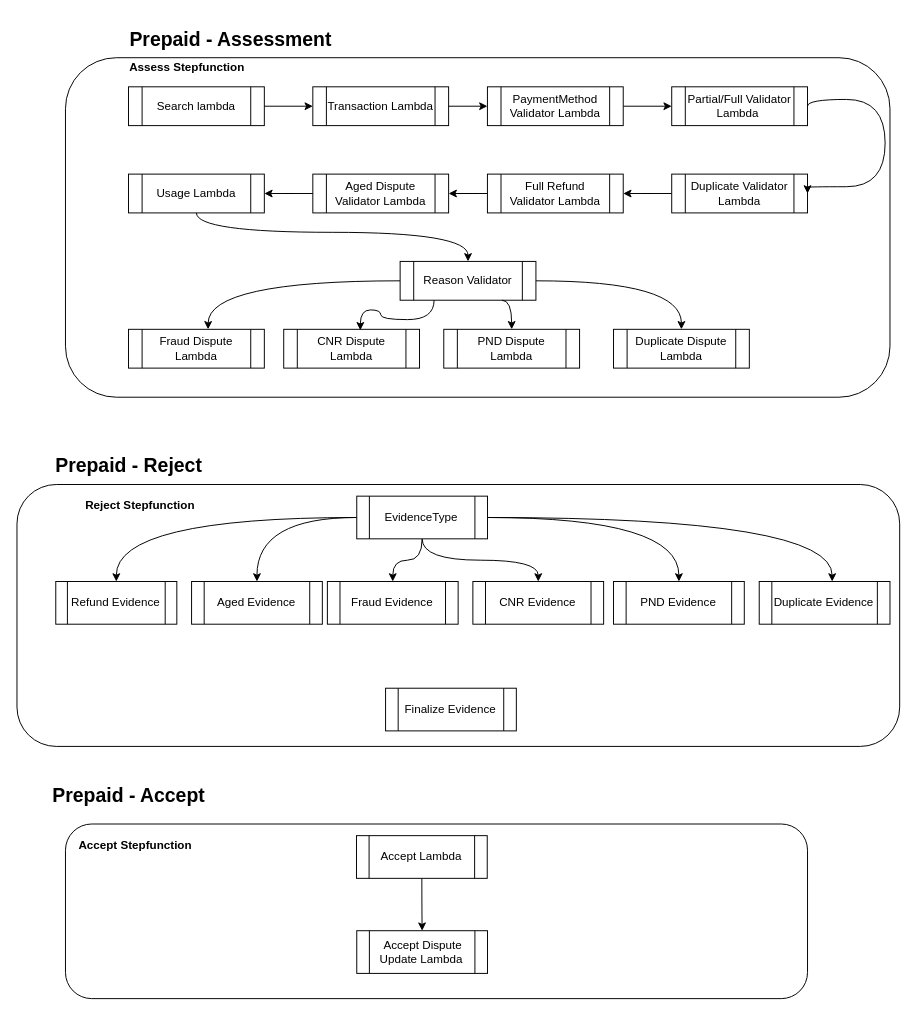
evasanthan/testRestApp keeps this draw.io diagram as Prepaid-Component Diagram.drawio. Above is the earlier version. Source tidied: cells renumbered, new cells numbered last; positions are measured from the earlier drawing's top-left corner, leaving out a move shared by most shapes. Both pictures are drawn from the tidied source at 97%, with x=0, y=0 at pixel (16, 28).
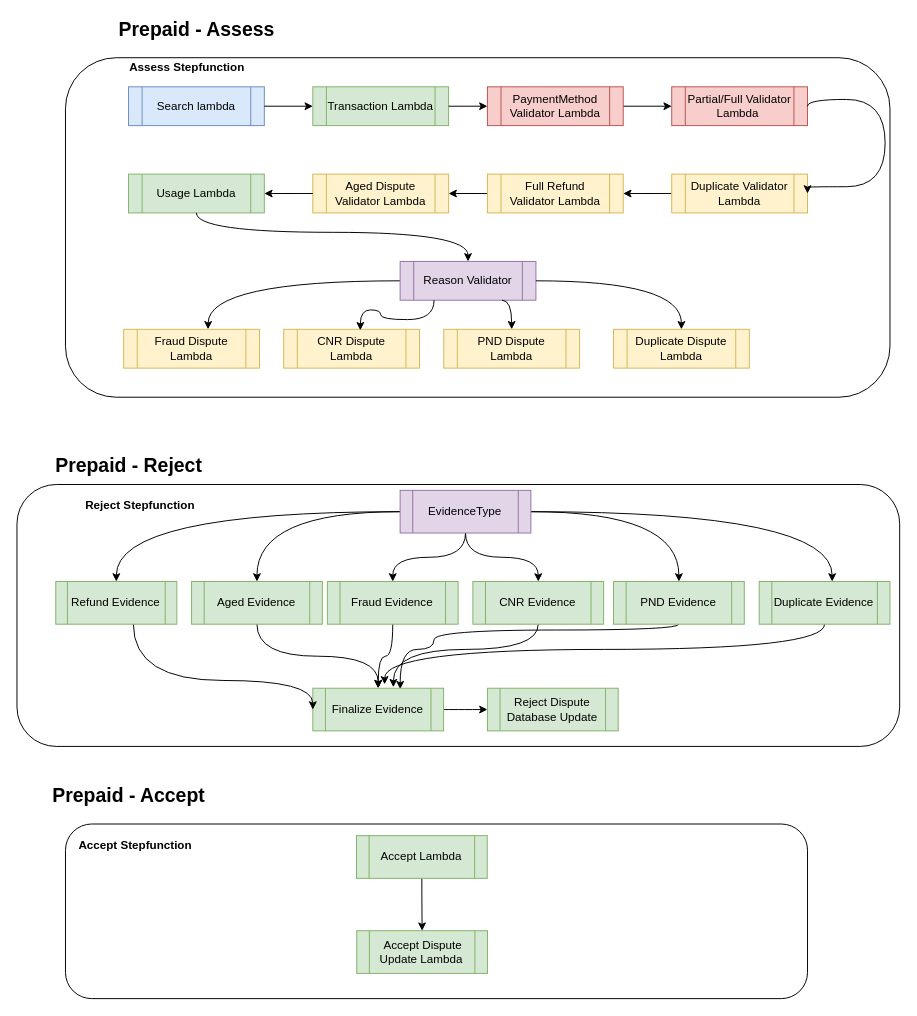
After the change.

Change to the diagram source:
```diff
@@
-    <mxCell id="3" value="&lt;b&gt;&lt;font style=&quot;font-size: 20px&quot;&gt;Prepaid - Assessment&lt;/font&gt;&lt;/b&gt;" style="text;html=1;align=center;verticalAlign=middle;" parent="1" vertex="1">
-      <mxGeometry x="110" width="220" height="20" as="geometry" />
+    <mxCell id="3" value="&lt;b&gt;&lt;font style=&quot;font-size: 20px&quot;&gt;Prepaid - Assess&lt;/font&gt;&lt;/b&gt;" style="text;html=1;align=center;verticalAlign=middle;" parent="1" vertex="1">
+      <mxGeometry x="95" y="-10" width="180" height="20" as="geometry" />
     </mxCell>
@@
-    <mxCell id="5" value="Search lambda" style="shape=process;whiteSpace=wrap;html=1;backgroundOutline=1;" parent="1" vertex="1">
+    <mxCell id="5" value="Search lambda" style="shape=process;whiteSpace=wrap;html=1;backgroundOutline=1;fillColor=#dae8fc;strokeColor=#6c8ebf;" parent="1" vertex="1">
       <mxGeometry x="115" y="60" width="140" height="40" as="geometry" />
     </mxCell>
-    <mxCell id="6" value="Aged Dispute Validator Lambda" style="shape=process;whiteSpace=wrap;html=1;backgroundOutline=1;" parent="1" vertex="1">
+    <mxCell id="6" value="Aged Dispute Validator Lambda" style="shape=process;whiteSpace=wrap;html=1;backgroundOutline=1;fillColor=#fff2cc;strokeColor=#d6b656;" parent="1" vertex="1">
       <mxGeometry x="305" y="150" width="140" height="40" as="geometry" />
     </mxCell>
-    <mxCell id="7" value="Partial/Full Validator Lambda&amp;nbsp;" style="shape=process;whiteSpace=wrap;html=1;backgroundOutline=1;" parent="1" vertex="1">
+    <mxCell id="7" value="Partial/Full Validator Lambda&amp;nbsp;" style="shape=process;whiteSpace=wrap;html=1;backgroundOutline=1;fillColor=#f8cecc;strokeColor=#b85450;" parent="1" vertex="1">
       <mxGeometry x="675" y="60" width="140" height="40" as="geometry" />
     </mxCell>
-    <mxCell id="8" value="Transaction Lambda" style="shape=process;whiteSpace=wrap;html=1;backgroundOutline=1;" parent="1" vertex="1">
+    <mxCell id="8" value="Transaction Lambda" style="shape=process;whiteSpace=wrap;html=1;backgroundOutline=1;fillColor=#d5e8d4;strokeColor=#82b366;" parent="1" vertex="1">
       <mxGeometry x="305" y="60" width="140" height="40" as="geometry" />
     </mxCell>
@@
-    <mxCell id="11" value="Full Refund Validator Lambda" style="shape=process;whiteSpace=wrap;html=1;backgroundOutline=1;" parent="1" vertex="1">
+    <mxCell id="11" value="Full Refund Validator Lambda" style="shape=process;whiteSpace=wrap;html=1;backgroundOutline=1;fillColor=#fff2cc;strokeColor=#d6b656;" parent="1" vertex="1">
       <mxGeometry x="485" y="150" width="140" height="40" as="geometry" />
     </mxCell>
@@
-    <mxCell id="13" value="PaymentMethod Validator Lambda" style="shape=process;whiteSpace=wrap;html=1;backgroundOutline=1;" parent="1" vertex="1">
+    <mxCell id="13" value="PaymentMethod Validator Lambda" style="shape=process;whiteSpace=wrap;html=1;backgroundOutline=1;fillColor=#f8cecc;strokeColor=#b85450;" parent="1" vertex="1">
       <mxGeometry x="485" y="60" width="140" height="40" as="geometry" />
     </mxCell>
@@
-    <mxCell id="16" value="Duplicate Validator Lambda" style="shape=process;whiteSpace=wrap;html=1;backgroundOutline=1;" parent="1" vertex="1">
+    <mxCell id="16" value="Duplicate Validator Lambda" style="shape=process;whiteSpace=wrap;html=1;backgroundOutline=1;fillColor=#fff2cc;strokeColor=#d6b656;" parent="1" vertex="1">
       <mxGeometry x="675" y="150" width="140" height="40" as="geometry" />
     </mxCell>
@@
-    <mxCell id="18" value="Usage Lambda" style="shape=process;whiteSpace=wrap;html=1;backgroundOutline=1;" parent="1" vertex="1">
+    <mxCell id="18" value="Usage Lambda" style="shape=process;whiteSpace=wrap;html=1;backgroundOutline=1;fillColor=#d5e8d4;strokeColor=#82b366;" parent="1" vertex="1">
       <mxGeometry x="115" y="150" width="140" height="40" as="geometry" />
     </mxCell>
@@
-    <mxCell id="21" value="Reason Validator" style="shape=process;whiteSpace=wrap;html=1;backgroundOutline=1;" parent="1" vertex="1">
+    <mxCell id="21" value="Reason Validator" style="shape=process;whiteSpace=wrap;html=1;backgroundOutline=1;fillColor=#e1d5e7;strokeColor=#9673a6;" parent="1" vertex="1">
       <mxGeometry x="395" y="240" width="140" height="40" as="geometry" />
     </mxCell>
@@
-    <mxCell id="23" value="CNR Dispute Lambda" style="shape=process;whiteSpace=wrap;html=1;backgroundOutline=1;" parent="1" vertex="1">
+    <mxCell id="23" value="CNR Dispute Lambda" style="shape=process;whiteSpace=wrap;html=1;backgroundOutline=1;fillColor=#fff2cc;strokeColor=#d6b656;" parent="1" vertex="1">
       <mxGeometry x="275" y="310" width="140" height="40" as="geometry" />
     </mxCell>
@@
-    <mxCell id="25" value="PND Dispute Lambda" style="shape=process;whiteSpace=wrap;html=1;backgroundOutline=1;" parent="1" vertex="1">
+    <mxCell id="25" value="PND Dispute Lambda" style="shape=process;whiteSpace=wrap;html=1;backgroundOutline=1;fillColor=#fff2cc;strokeColor=#d6b656;" parent="1" vertex="1">
       <mxGeometry x="440" y="310" width="140" height="40" as="geometry" />
     </mxCell>
@@
-    <mxCell id="27" value="Duplicate Dispute Lambda" style="shape=process;whiteSpace=wrap;html=1;backgroundOutline=1;" parent="1" vertex="1">
+    <mxCell id="27" value="Duplicate Dispute Lambda" style="shape=process;whiteSpace=wrap;html=1;backgroundOutline=1;fillColor=#fff2cc;strokeColor=#d6b656;" parent="1" vertex="1">
       <mxGeometry x="615" y="310" width="140" height="40" as="geometry" />
     </mxCell>
@@
-    <mxCell id="29" value="Fraud Dispute Lambda" style="shape=process;whiteSpace=wrap;html=1;backgroundOutline=1;" parent="1" vertex="1">
-      <mxGeometry x="115" y="310" width="140" height="40" as="geometry" />
+    <mxCell id="29" value="Fraud Dispute Lambda" style="shape=process;whiteSpace=wrap;html=1;backgroundOutline=1;fillColor=#fff2cc;strokeColor=#d6b656;" parent="1" vertex="1">
+      <mxGeometry x="110" y="310" width="140" height="40" as="geometry" />
     </mxCell>
@@
+    <mxCell id="53" style="edgeStyle=orthogonalEdgeStyle;curved=1;rounded=0;jettySize=auto;html=1;" parent="1" edge="1" source="33" target="37">
+      <mxGeometry relative="1" as="geometry" />
+    </mxCell>
-    <mxCell id="33" value="Fraud Evidence" style="shape=process;whiteSpace=wrap;html=1;backgroundOutline=1;gradientColor=#ffffff;" parent="1" vertex="1">
+    <mxCell id="33" value="Fraud Evidence" style="shape=process;whiteSpace=wrap;html=1;backgroundOutline=1;fillColor=#d5e8d4;strokeColor=#82b366;" parent="1" vertex="1">
       <mxGeometry x="320" y="570" width="134.8" height="44" as="geometry" />
     </mxCell>
+    <mxCell id="54" style="edgeStyle=orthogonalEdgeStyle;curved=1;rounded=0;jettySize=auto;html=1;entryX=0.616;entryY=-0.023;entryDx=0;entryDy=0;entryPerimeter=0;" parent="1" edge="1" source="34" target="37">
+      <mxGeometry relative="1" as="geometry">
+        <Array as="points">
+          <mxPoint x="537" y="640" />
+          <mxPoint x="388" y="640" />
+        </Array>
+      </mxGeometry>
+    </mxCell>
-    <mxCell id="34" value="CNR Evidence" style="shape=process;whiteSpace=wrap;html=1;backgroundOutline=1;gradientColor=#ffffff;" parent="1" vertex="1">
+    <mxCell id="34" value="CNR Evidence" style="shape=process;whiteSpace=wrap;html=1;backgroundOutline=1;fillColor=#d5e8d4;strokeColor=#82b366;" parent="1" vertex="1">
       <mxGeometry x="470" y="570" width="134.8" height="44" as="geometry" />
     </mxCell>
+    <mxCell id="55" style="edgeStyle=orthogonalEdgeStyle;curved=1;rounded=0;jettySize=auto;html=1;entryX=0.668;entryY=0.023;entryDx=0;entryDy=0;entryPerimeter=0;" parent="1" edge="1" source="35" target="37">
+      <mxGeometry relative="1" as="geometry">
+        <Array as="points">
+          <mxPoint x="682" y="620" />
+          <mxPoint x="430" y="620" />
+          <mxPoint x="430" y="640" />
+          <mxPoint x="395" y="640" />
+        </Array>
+      </mxGeometry>
+    </mxCell>
-    <mxCell id="35" value="PND Evidence" style="shape=process;whiteSpace=wrap;html=1;backgroundOutline=1;gradientColor=#ffffff;" parent="1" vertex="1">
+    <mxCell id="35" value="PND Evidence" style="shape=process;whiteSpace=wrap;html=1;backgroundOutline=1;fillColor=#d5e8d4;strokeColor=#82b366;" parent="1" vertex="1">
       <mxGeometry x="615" y="570" width="134.8" height="44" as="geometry" />
     </mxCell>
+    <mxCell id="56" style="edgeStyle=orthogonalEdgeStyle;curved=1;rounded=0;jettySize=auto;html=1;entryX=0.549;entryY=-0.091;entryDx=0;entryDy=0;entryPerimeter=0;" parent="1" edge="1" source="36" target="37">
+      <mxGeometry relative="1" as="geometry">
+        <Array as="points">
+          <mxPoint x="833" y="640" />
+          <mxPoint x="379" y="640" />
+        </Array>
+      </mxGeometry>
+    </mxCell>
-    <mxCell id="36" value="Duplicate Evidence" style="shape=process;whiteSpace=wrap;html=1;backgroundOutline=1;gradientColor=#ffffff;" parent="1" vertex="1">
+    <mxCell id="36" value="Duplicate Evidence" style="shape=process;whiteSpace=wrap;html=1;backgroundOutline=1;fillColor=#d5e8d4;strokeColor=#82b366;" parent="1" vertex="1">
       <mxGeometry x="765.2" y="570" width="134.8" height="44" as="geometry" />
     </mxCell>
+    <mxCell id="57" style="edgeStyle=orthogonalEdgeStyle;curved=1;rounded=0;jettySize=auto;html=1;" parent="1" edge="1" source="37" target="60">
+      <mxGeometry relative="1" as="geometry" />
+    </mxCell>
-    <mxCell id="37" value="Finalize Evidence" style="shape=process;whiteSpace=wrap;html=1;backgroundOutline=1;" parent="1" vertex="1">
-      <mxGeometry x="380" y="680" width="134.8" height="44" as="geometry" />
+    <mxCell id="37" value="Finalize Evidence" style="shape=process;whiteSpace=wrap;html=1;backgroundOutline=1;fillColor=#d5e8d4;strokeColor=#82b366;" parent="1" vertex="1">
+      <mxGeometry x="305" y="680" width="134.8" height="44" as="geometry" />
     </mxCell>
@@
-    <mxCell id="45" value="EvidenceType" style="shape=process;whiteSpace=wrap;html=1;backgroundOutline=1;" parent="1" vertex="1">
-      <mxGeometry x="350.3" y="482" width="134.8" height="44" as="geometry" />
+    <mxCell id="45" value="EvidenceType" style="shape=process;whiteSpace=wrap;html=1;backgroundOutline=1;fillColor=#e1d5e7;strokeColor=#9673a6;" parent="1" vertex="1">
+      <mxGeometry x="395" y="476" width="134.8" height="44" as="geometry" />
     </mxCell>
@@
-    <mxCell id="47" value="&amp;nbsp;Accept Dispute Update Lambda" style="shape=process;whiteSpace=wrap;html=1;backgroundOutline=1;" parent="1" vertex="1">
+    <mxCell id="47" value="&amp;nbsp;Accept Dispute Update Lambda" style="shape=process;whiteSpace=wrap;html=1;backgroundOutline=1;fillColor=#d5e8d4;strokeColor=#82b366;" parent="1" vertex="1">
       <mxGeometry x="350.3" y="930" width="134.8" height="44" as="geometry" />
     </mxCell>
@@
-    <mxCell id="50" value="Accept Lambda" style="shape=process;whiteSpace=wrap;html=1;backgroundOutline=1;" parent="1" vertex="1">
+    <mxCell id="50" value="Accept Lambda" style="shape=process;whiteSpace=wrap;html=1;backgroundOutline=1;fillColor=#d5e8d4;strokeColor=#82b366;" parent="1" vertex="1">
       <mxGeometry x="350" y="832" width="134.8" height="44" as="geometry" />
     </mxCell>
+    <mxCell id="58" style="edgeStyle=orthogonalEdgeStyle;curved=1;rounded=0;jettySize=auto;html=1;" parent="1" edge="1" source="51" target="37">
+      <mxGeometry relative="1" as="geometry" />
+    </mxCell>
-    <mxCell id="51" value="Aged Evidence" style="shape=process;whiteSpace=wrap;html=1;backgroundOutline=1;gradientColor=#ffffff;" parent="1" vertex="1">
+    <mxCell id="51" value="Aged Evidence" style="shape=process;whiteSpace=wrap;html=1;backgroundOutline=1;fillColor=#d5e8d4;strokeColor=#82b366;" parent="1" vertex="1">
       <mxGeometry x="180" y="570" width="134.8" height="44" as="geometry" />
     </mxCell>
+    <mxCell id="59" style="edgeStyle=orthogonalEdgeStyle;curved=1;rounded=0;jettySize=auto;html=1;entryX=0;entryY=0.5;entryDx=0;entryDy=0;" parent="1" edge="1" source="52" target="37">
+      <mxGeometry relative="1" as="geometry">
+        <Array as="points">
+          <mxPoint x="120" y="672" />
+        </Array>
+      </mxGeometry>
+    </mxCell>
-    <mxCell id="52" value="Refund Evidence" style="shape=process;whiteSpace=wrap;html=1;backgroundOutline=1;gradientColor=#ffffff;" parent="1" vertex="1">
+    <mxCell id="52" value="Refund Evidence" style="shape=process;whiteSpace=wrap;html=1;backgroundOutline=1;fillColor=#d5e8d4;strokeColor=#82b366;" parent="1" vertex="1">
       <mxGeometry x="40" y="570" width="124.8" height="44" as="geometry" />
     </mxCell>
+    <mxCell id="60" value="Reject Dispute Database Update" style="shape=process;whiteSpace=wrap;html=1;backgroundOutline=1;fillColor=#d5e8d4;strokeColor=#82b366;" parent="1" vertex="1">
+      <mxGeometry x="485" y="680" width="134.8" height="44" as="geometry" />
+    </mxCell>
```
